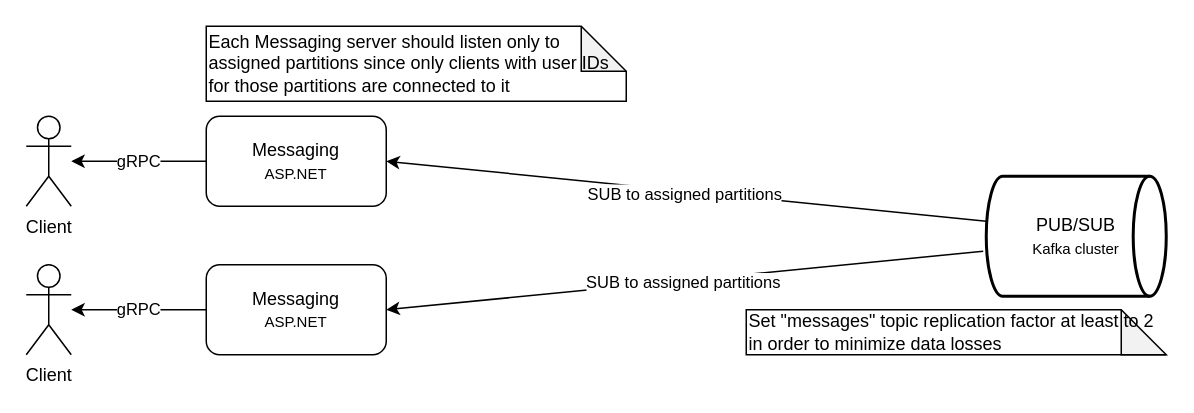
The draw.io diagram docs/diagrams/cecochat-03-message-receive.drawio in cvetomir-todorov/CecoChat, before the edit. Source tidied: cells renumbered, new cells numbered last; positions are measured from the earlier drawing's top-left corner, leaving out a move shared by most shapes. Both pictures are drawn from the tidied source at 150%, with x=0, y=0 at pixel (26, 26).
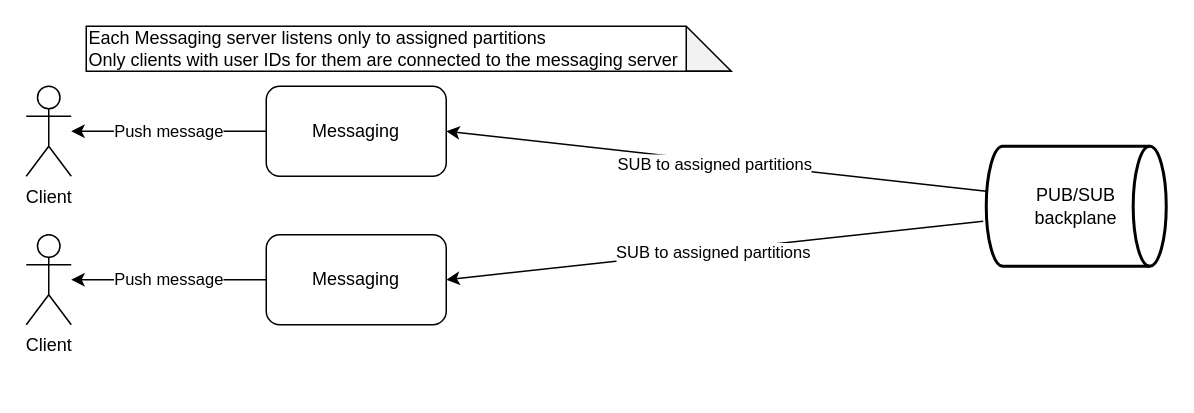
The same diagram, later.

Change to the diagram source:
```diff
@@
 <mxGraphModel>
   <root>
     <mxCell id="0" />
     <mxCell id="1" parent="0" />
-    <mxCell id="2" value="gRPC" style="edgeStyle=orthogonalEdgeStyle;rounded=0;jettySize=auto;html=1;entryX=0;entryY=0.5;entryDx=0;entryDy=0;startArrow=classic;startFill=1;endArrow=none;endFill=0;" parent="1" edge="1" source="3" target="7">
+    <mxCell id="2" value="Push message" style="edgeStyle=orthogonalEdgeStyle;rounded=0;jettySize=auto;html=1;entryX=0;entryY=0.5;entryDx=0;entryDy=0;startArrow=classic;startFill=1;endArrow=none;endFill=0;" parent="1" edge="1" source="3" target="7">
       <mxGeometry relative="1" as="geometry" />
     </mxCell>
     <mxCell id="3" value="Client" style="shape=umlActor;verticalLabelPosition=bottom;verticalAlign=top;html=1;outlineConnect=0;" parent="1" vertex="1">
-      <mxGeometry y="60" width="30" height="60" as="geometry" />
+      <mxGeometry y="40" width="30" height="60" as="geometry" />
     </mxCell>
-    <mxCell id="4" value="gRPC" style="edgeStyle=orthogonalEdgeStyle;rounded=0;jettySize=auto;html=1;entryX=0;entryY=0.5;entryDx=0;entryDy=0;startArrow=classic;startFill=1;endArrow=none;endFill=0;" parent="1" edge="1" source="5" target="11">
+    <mxCell id="4" value="Push message" style="edgeStyle=orthogonalEdgeStyle;rounded=0;jettySize=auto;html=1;entryX=0;entryY=0.5;entryDx=0;entryDy=0;startArrow=classic;startFill=1;endArrow=none;endFill=0;" parent="1" edge="1" source="5" target="11">
       <mxGeometry relative="1" as="geometry" />
     </mxCell>
     <mxCell id="5" value="Client" style="shape=umlActor;verticalLabelPosition=bottom;verticalAlign=top;html=1;outlineConnect=0;" parent="1" vertex="1">
-      <mxGeometry y="159" width="30" height="60" as="geometry" />
+      <mxGeometry y="139" width="30" height="60" as="geometry" />
     </mxCell>
     <mxCell id="6" value="SUB to assigned partitions" style="rounded=0;jettySize=auto;html=1;entryX=0;entryY=0.375;entryDx=0;entryDy=0;entryPerimeter=0;startArrow=classic;startFill=1;exitX=1;exitY=0.5;exitDx=0;exitDy=0;endArrow=none;endFill=0;" parent="1" edge="1" source="7" target="8">
       <mxGeometry y="-2" relative="1" as="geometry">
         <mxPoint x="-1" as="offset" />
       </mxGeometry>
     </mxCell>
-    <mxCell id="7" value="&lt;font style=&quot;font-size: 12px&quot;&gt;Messaging&lt;/font&gt;&lt;br&gt;&lt;font style=&quot;font-size: 10px&quot;&gt;ASP.NET&lt;/font&gt;" style="rounded=1;whiteSpace=wrap;html=1;" parent="1" vertex="1">
-      <mxGeometry x="120" y="60" width="120" height="60" as="geometry" />
+    <mxCell id="7" value="&lt;font style=&quot;font-size: 12px&quot;&gt;Messaging&lt;/font&gt;" style="rounded=1;whiteSpace=wrap;html=1;" parent="1" vertex="1">
+      <mxGeometry x="160" y="40" width="120" height="60" as="geometry" />
     </mxCell>
-    <mxCell id="8" value="PUB/SUB&lt;br&gt;&lt;font style=&quot;font-size: 10px&quot;&gt;Kafka cluster&lt;/font&gt;" style="strokeWidth=2;html=1;shape=mxgraph.flowchart.direct_data;whiteSpace=wrap;" parent="1" vertex="1">
-      <mxGeometry x="640" y="100" width="120" height="80" as="geometry" />
+    <mxCell id="8" value="PUB/SUB&lt;br&gt;backplane" style="strokeWidth=2;html=1;shape=mxgraph.flowchart.direct_data;whiteSpace=wrap;" parent="1" vertex="1">
+      <mxGeometry x="640" y="80" width="120" height="80" as="geometry" />
     </mxCell>
-    <mxCell id="9" value="Set &quot;messages&quot; topic replication factor at least to 2 in order to minimize data losses" style="shape=note;whiteSpace=wrap;html=1;backgroundOutline=1;darkOpacity=0.05;align=left;" parent="1" vertex="1">
-      <mxGeometry x="480" y="189" width="280" height="30" as="geometry" />
-    </mxCell>
-    <mxCell id="10" value="Each Messaging server should listen only to assigned partitions since only clients with user IDs for those partitions are connected to it" style="shape=note;whiteSpace=wrap;html=1;backgroundOutline=1;darkOpacity=0.05;align=left;" parent="1" vertex="1">
-      <mxGeometry x="120" width="280" height="50" as="geometry" />
+    <mxCell id="10" value="Each Messaging server listens only to assigned partitions&lt;br&gt;Only clients with user IDs for them are connected to the messaging server" style="shape=note;whiteSpace=wrap;html=1;backgroundOutline=1;darkOpacity=0.05;align=left;" parent="1" vertex="1">
+      <mxGeometry x="40" width="430" height="30" as="geometry" />
     </mxCell>
-    <mxCell id="11" value="&lt;font style=&quot;font-size: 12px&quot;&gt;Messaging&lt;/font&gt;&lt;br&gt;&lt;font style=&quot;font-size: 10px&quot;&gt;ASP.NET&lt;/font&gt;" style="rounded=1;whiteSpace=wrap;html=1;" parent="1" vertex="1">
-      <mxGeometry x="120" y="159" width="120" height="60" as="geometry" />
+    <mxCell id="11" value="&lt;font style=&quot;font-size: 12px&quot;&gt;Messaging&lt;/font&gt;" style="rounded=1;whiteSpace=wrap;html=1;" parent="1" vertex="1">
+      <mxGeometry x="160" y="139" width="120" height="60" as="geometry" />
     </mxCell>
     <mxCell id="12" value="SUB to assigned partitions" style="rounded=0;jettySize=auto;html=1;entryX=-0.017;entryY=0.625;entryDx=0;entryDy=0;entryPerimeter=0;startArrow=classic;startFill=1;exitX=1;exitY=0.5;exitDx=0;exitDy=0;endArrow=none;endFill=0;" parent="1" edge="1" source="11" target="8">
       <mxGeometry y="-2" relative="1" as="geometry">
         <mxPoint x="-1" as="offset" />
       </mxGeometry>
     </mxCell>
   </root>
 </mxGraphModel>
```
